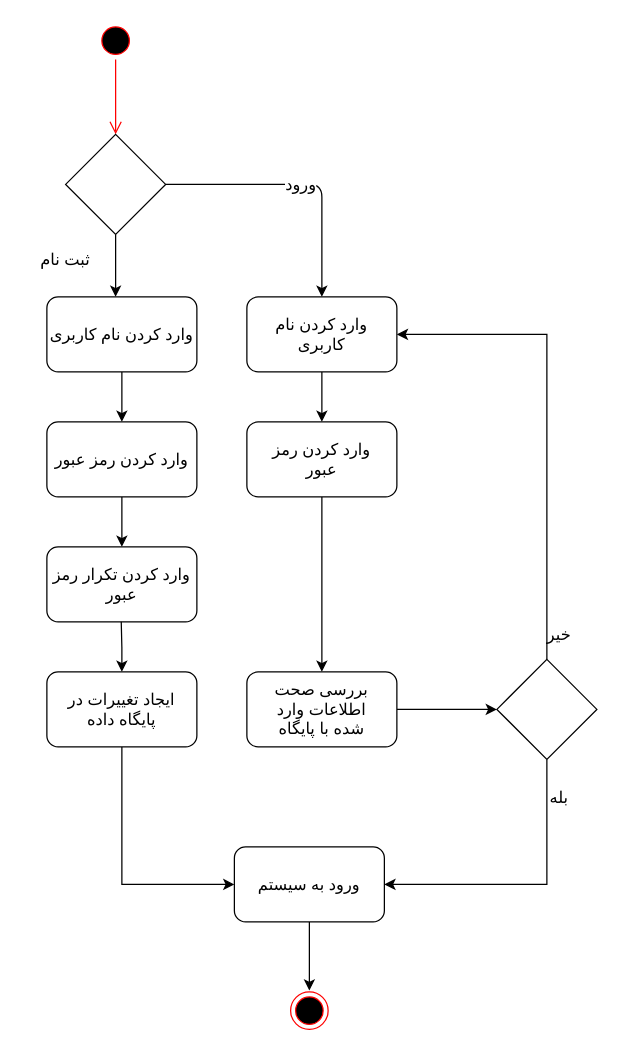
This is Docs./ActivityDiagram-Auth.drawio from ShadiMe-flutter/Workout, a draw.io file, before an edit. Source tidied: cells renumbered, new cells numbered last; positions are measured from the earlier drawing's top-left corner, leaving out a move shared by most shapes. Both pictures are drawn from the tidied source at 125%, with x=0, y=0 at pixel (21, 21).
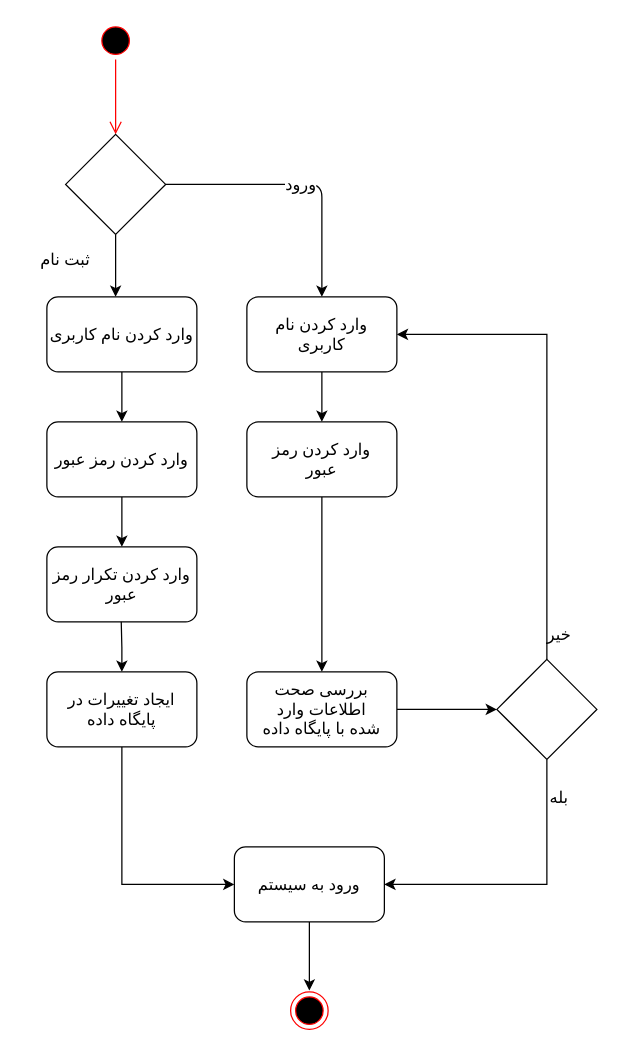
After the change.

The edit, as a diff of the source:
```diff
@@
-    <mxCell id="20" value="&lt;font style=&quot;font-size: 13px&quot;&gt;بررسی صحت اطلاعات وارد شده با پایگاه&lt;/font&gt;" style="text;html=1;strokeColor=none;fillColor=none;align=center;verticalAlign=middle;whiteSpace=wrap;rounded=0;fontFamily=B Zar;fontSize=13;" parent="1" vertex="1">
+    <mxCell id="20" value="&lt;font style=&quot;font-size: 13px&quot;&gt;بررسی صحت اطلاعات وارد شده با پایگاه داده&lt;/font&gt;" style="text;html=1;strokeColor=none;fillColor=none;align=center;verticalAlign=middle;whiteSpace=wrap;rounded=0;fontFamily=B Zar;fontSize=13;" parent="1" vertex="1">
       <mxGeometry x="190" y="530" width="100" height="40" as="geometry" />
     </mxCell>
```
